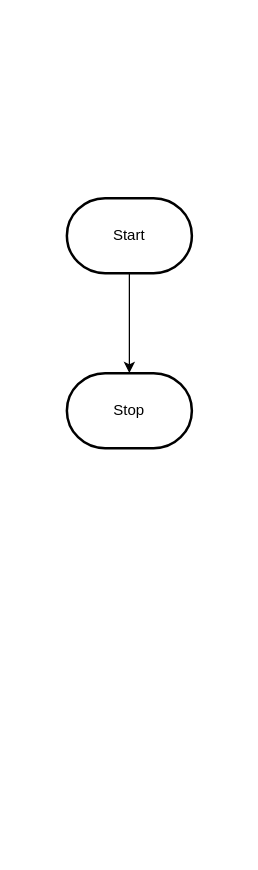
The draw.io diagram design/flowchart.drawio in MTHS-ICD2O-1-2023/ICD2O-Assignment-04-tymofii-stepanov, before the edit. Source tidied: cells renumbered, new cells numbered last; positions are measured from the earlier drawing's top-left corner, leaving out a move shared by most shapes. Both pictures are drawn from the tidied source at 125%, with x=0, y=0 at pixel (66, 198).
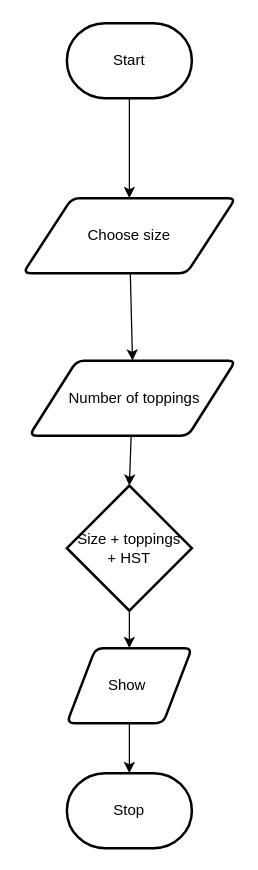
After the change.

What changed in the source:
```diff
@@
 <mxGraphModel>
   <root>
     <mxCell id="0" />
     <mxCell id="1" parent="0" />
-    <mxCell id="2" style="edgeStyle=orthogonalEdgeStyle;html=1;rounded=0;" parent="1" edge="1" source="3" target="4">
-      <mxGeometry relative="1" as="geometry" />
-    </mxCell>
+    <mxCell id="5" style="edgeStyle=none;html=1;entryX=0.5;entryY=0;entryDx=0;entryDy=0;" parent="1" edge="1" source="3" target="2">
+      <mxGeometry relative="1" as="geometry" />
+    </mxCell>
     <mxCell id="3" value="Start" style="strokeWidth=2;html=1;shape=mxgraph.flowchart.terminator;whiteSpace=wrap;" parent="1" vertex="1">
-      <mxGeometry width="100" height="60" as="geometry" />
+      <mxGeometry y="-140" width="100" height="60" as="geometry" />
     </mxCell>
     <mxCell id="4" value="Stop" style="strokeWidth=2;html=1;shape=mxgraph.flowchart.terminator;whiteSpace=wrap;" parent="1" vertex="1">
-      <mxGeometry y="140" width="100" height="60" as="geometry" />
+      <mxGeometry y="460" width="100" height="60" as="geometry" />
     </mxCell>
+    <mxCell id="6" style="edgeStyle=none;html=1;entryX=0.5;entryY=0;entryDx=0;entryDy=0;" parent="1" edge="1" source="2" target="8">
+      <mxGeometry relative="1" as="geometry" />
+    </mxCell>
+    <mxCell id="2" value="Choose size" style="shape=parallelogram;html=1;strokeWidth=2;perimeter=parallelogramPerimeter;whiteSpace=wrap;rounded=1;arcSize=12;size=0.23;" parent="1" vertex="1">
+      <mxGeometry x="-35" width="170" height="60" as="geometry" />
+    </mxCell>
+    <mxCell id="7" style="edgeStyle=none;html=1;entryX=0.5;entryY=0;entryDx=0;entryDy=0;entryPerimeter=0;" parent="1" edge="1" source="8" target="10">
+      <mxGeometry relative="1" as="geometry" />
+    </mxCell>
+    <mxCell id="8" value="&amp;nbsp;Number of toppings" style="shape=parallelogram;html=1;strokeWidth=2;perimeter=parallelogramPerimeter;whiteSpace=wrap;rounded=1;arcSize=12;size=0.23;" parent="1" vertex="1">
+      <mxGeometry x="-30" y="130" width="165" height="60" as="geometry" />
+    </mxCell>
+    <mxCell id="9" style="edgeStyle=none;html=1;" parent="1" edge="1" source="10" target="12">
+      <mxGeometry relative="1" as="geometry" />
+    </mxCell>
+    <mxCell id="10" value="Size + toppings&lt;br&gt;+ HST" style="strokeWidth=2;html=1;shape=mxgraph.flowchart.decision;whiteSpace=wrap;" parent="1" vertex="1">
+      <mxGeometry y="230" width="100" height="100" as="geometry" />
+    </mxCell>
+    <mxCell id="11" style="edgeStyle=none;html=1;entryX=0.5;entryY=0;entryDx=0;entryDy=0;entryPerimeter=0;" parent="1" edge="1" source="12" target="4">
+      <mxGeometry relative="1" as="geometry" />
+    </mxCell>
+    <mxCell id="12" value="Show&amp;nbsp;" style="shape=parallelogram;html=1;strokeWidth=2;perimeter=parallelogramPerimeter;whiteSpace=wrap;rounded=1;arcSize=12;size=0.23;" parent="1" vertex="1">
+      <mxGeometry y="360" width="100" height="60" as="geometry" />
+    </mxCell>
   </root>
 </mxGraphModel>
```
